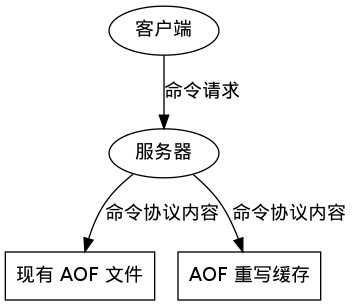
Earlier version of the Graphviz export internal/image/propagate_when_rewrite.png (huangzworks/redisbook). Its source is kept beside it as internal/image/propagate_when_rewrite.dot. Its diagram source:
```dot
digraph p {

    client [label = "客户端"];

    server [label = "服务器"];

    client -> server [label = "命令请求"];

    current_aof [label = "现有 AOF 文件", shape = record];

    aof_rewrite_buf [label = "AOF 重写缓存", shape = record];

    server -> current_aof [label = "命令协议内容"];

    server -> aof_rewrite_buf [label = "命令协议内容"];
}
```
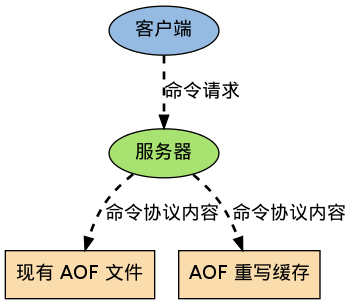
After the change.

Change to the diagram source:
```diff
@@ -1,14 +1,19 @@
 digraph p {
 
-    client [label = "客户端"];
+    node [style = filled];
 
-    server [label = "服务器"];
+    edge [style = "bold, dashed"];
+
+
+    client [label = "客户端", fillcolor = "#95BBE3"];
+
+    server [label = "服务器", fillcolor = "#A8E270"];
 
     client -> server [label = "命令请求"];
 
-    current_aof [label = "现有 AOF 文件", shape = record];
+    current_aof [label = "现有 AOF 文件", shape = box, fillcolor = "#FADCAD"];
 
-    aof_rewrite_buf [label = "AOF 重写缓存", shape = record];
+    aof_rewrite_buf [label = "AOF 重写缓存", shape = box, fillcolor = "#FADCAD"];
 
     server -> current_aof [label = "命令协议内容"];
 
```
